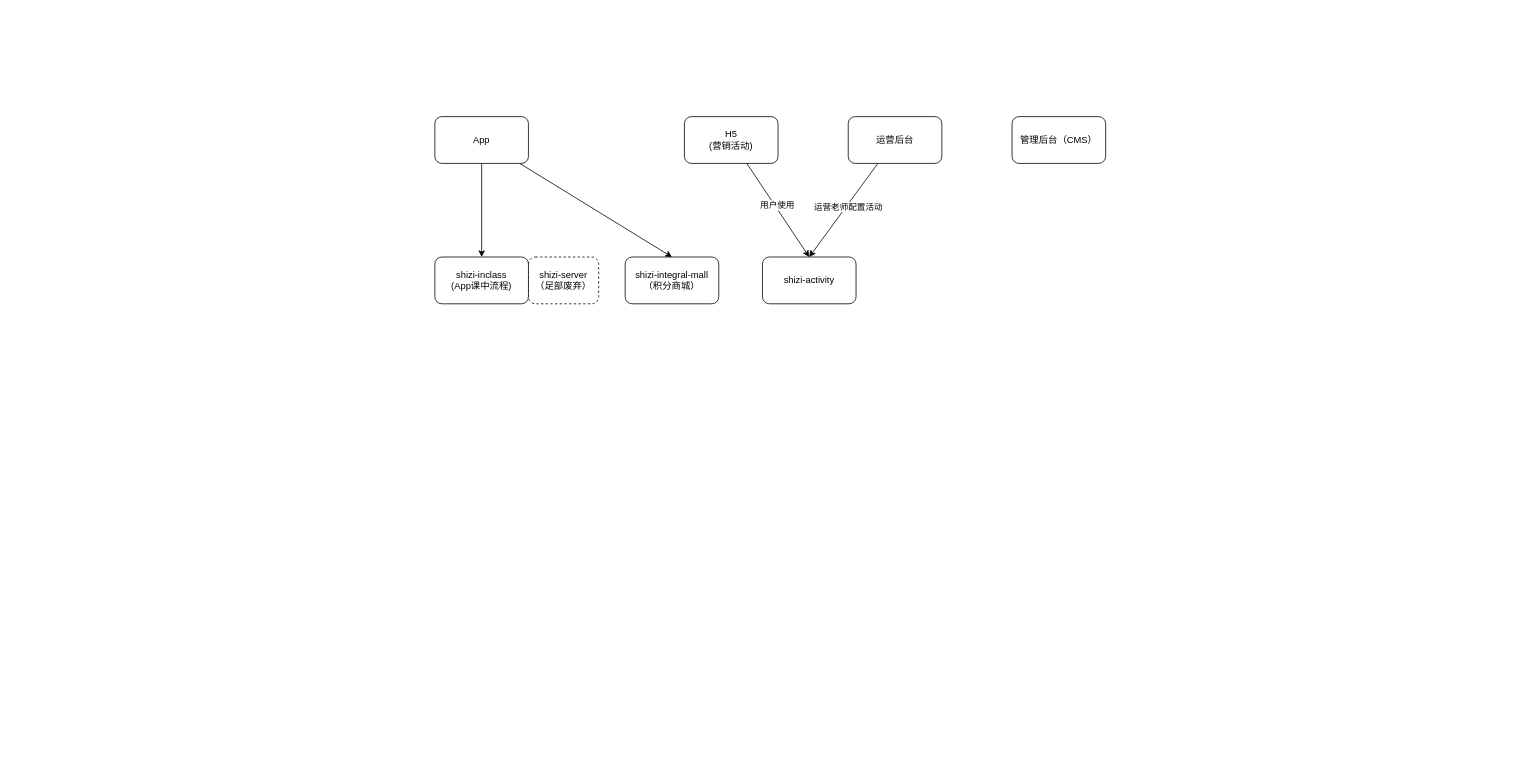
The draw.io diagram 识字整体架构图.drawio in wgyuuu/flow_chart, before the edit. Source tidied: cells renumbered, new cells numbered last; positions are measured from the earlier drawing's top-left corner, leaving out a move shared by most shapes. Both pictures are drawn from the tidied source at 78%, with x=0, y=0 at pixel (434, 116).
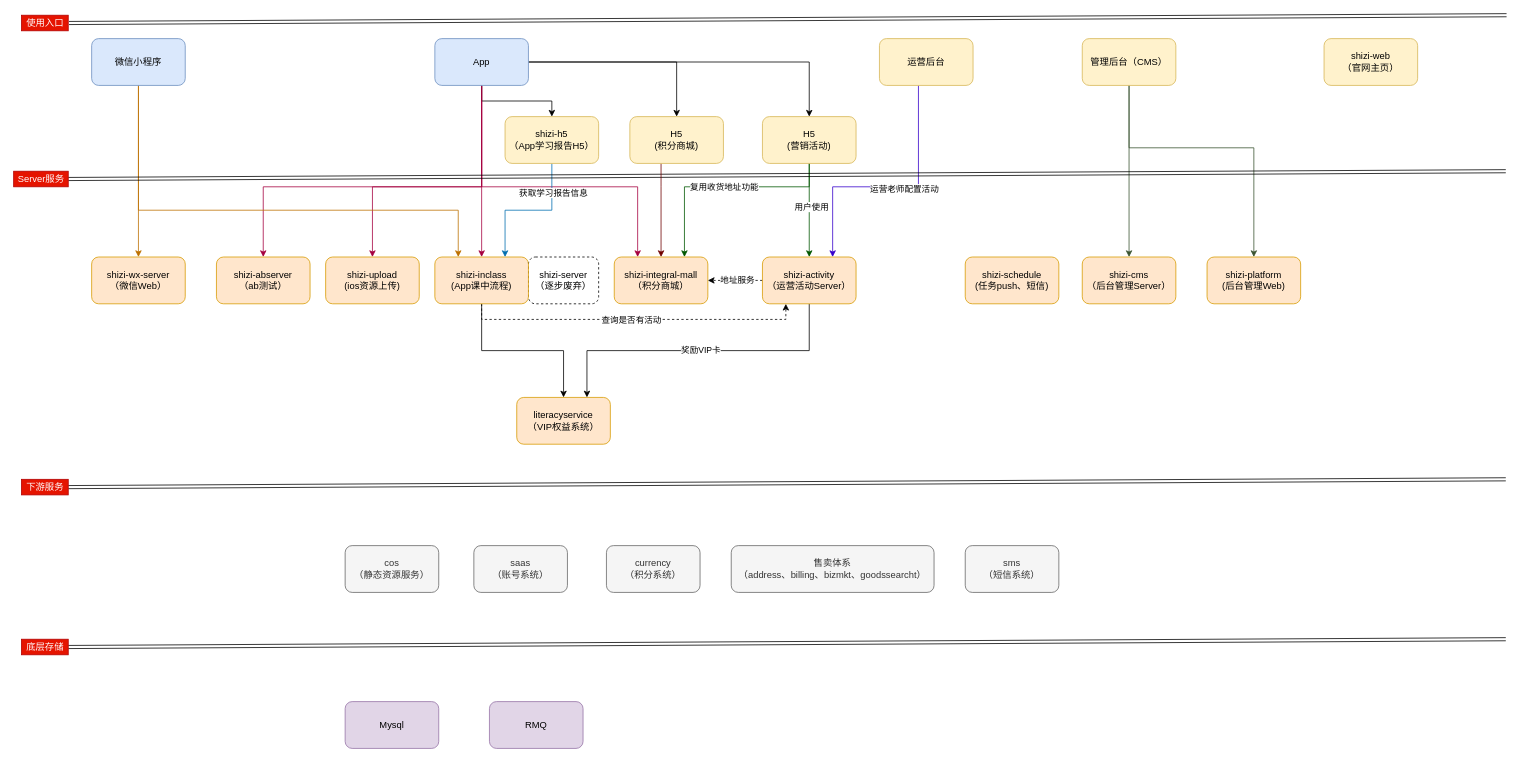
The same page after the edit.

Commit message:
Update 识字整体架构图.drawio

Diff of the diagram source:
```diff
@@
-    <mxCell id="2" style="edgeStyle=orthogonalEdgeStyle;rounded=0;jettySize=auto;html=1;entryX=0.5;entryY=0;entryDx=0;entryDy=0;" parent="1" edge="1" source="4" target="13">
+    <mxCell id="2" style="edgeStyle=orthogonalEdgeStyle;rounded=0;jettySize=auto;html=1;entryX=0.5;entryY=0;entryDx=0;entryDy=0;fillColor=#d80073;strokeColor=#A50040;" parent="1" edge="1" source="4" target="13">
       <mxGeometry relative="1" as="geometry" />
     </mxCell>
-    <mxCell id="3" style="rounded=0;jettySize=auto;html=1;entryX=0.5;entryY=0;entryDx=0;entryDy=0;" parent="1" edge="1" source="4" target="14">
-      <mxGeometry relative="1" as="geometry" />
+    <mxCell id="3" style="rounded=0;jettySize=auto;html=1;entryX=0.25;entryY=0;entryDx=0;entryDy=0;edgeStyle=orthogonalEdgeStyle;fillColor=#d80073;strokeColor=#A50040;" parent="1" edge="1" source="4" target="14">
+      <mxGeometry relative="1" as="geometry">
+        <Array as="points">
+          <mxPoint x="60" y="90" />
+          <mxPoint x="260" y="90" />
+        </Array>
+      </mxGeometry>
     </mxCell>
+    <mxCell id="16" style="edgeStyle=orthogonalEdgeStyle;rounded=0;jettySize=auto;html=1;entryX=0.5;entryY=0;entryDx=0;entryDy=0;" parent="1" edge="1" source="4" target="46">
+      <mxGeometry relative="1" as="geometry" />
+    </mxCell>
+    <mxCell id="17" style="edgeStyle=orthogonalEdgeStyle;rounded=0;jettySize=auto;html=1;entryX=0.5;entryY=0;entryDx=0;entryDy=0;" parent="1" edge="1" source="4" target="7">
+      <mxGeometry relative="1" as="geometry" />
+    </mxCell>
+    <mxCell id="18" style="edgeStyle=orthogonalEdgeStyle;rounded=0;jettySize=auto;html=1;entryX=0.5;entryY=0;entryDx=0;entryDy=0;fillColor=#d80073;strokeColor=#A50040;" parent="1" edge="1" source="4" target="48">
+      <mxGeometry relative="1" as="geometry">
+        <Array as="points">
+          <mxPoint x="60" y="90" />
+          <mxPoint x="-220" y="90" />
+        </Array>
+      </mxGeometry>
+    </mxCell>
+    <mxCell id="19" style="edgeStyle=orthogonalEdgeStyle;rounded=0;jettySize=auto;html=1;fillColor=#d80073;strokeColor=#A50040;" parent="1" edge="1" source="4" target="47">
+      <mxGeometry relative="1" as="geometry">
+        <Array as="points">
+          <mxPoint x="60" y="90" />
+          <mxPoint x="-80" y="90" />
+        </Array>
+      </mxGeometry>
+    </mxCell>
+    <mxCell id="20" style="edgeStyle=orthogonalEdgeStyle;rounded=0;jettySize=auto;html=1;entryX=0.5;entryY=0;entryDx=0;entryDy=0;" parent="1" edge="1" source="4" target="62">
+      <mxGeometry relative="1" as="geometry" />
+    </mxCell>
-    <mxCell id="4" value="App" style="rounded=1;whiteSpace=wrap;html=1;" parent="1" vertex="1">
-      <mxGeometry width="120" height="60" as="geometry" />
+    <mxCell id="4" value="App" style="rounded=1;whiteSpace=wrap;html=1;fillColor=#dae8fc;strokeColor=#6c8ebf;" parent="1" vertex="1">
+      <mxGeometry y="-100" width="120" height="60" as="geometry" />
     </mxCell>
-    <mxCell id="5" style="edgeStyle=none;rounded=0;jettySize=auto;html=1;entryX=0.5;entryY=0;entryDx=0;entryDy=0;" parent="1" edge="1" source="7" target="15">
+    <mxCell id="5" style="edgeStyle=none;rounded=0;jettySize=auto;html=1;entryX=0.5;entryY=0;entryDx=0;entryDy=0;fillColor=#008a00;strokeColor=#005700;" parent="1" edge="1" source="7" target="15">
       <mxGeometry relative="1" as="geometry" />
     </mxCell>
@@
+    <mxCell id="21" style="edgeStyle=orthogonalEdgeStyle;rounded=0;jettySize=auto;html=1;entryX=0.75;entryY=0;entryDx=0;entryDy=0;fillColor=#008a00;strokeColor=#005700;" parent="1" edge="1" source="7" target="14">
+      <mxGeometry relative="1" as="geometry">
+        <Array as="points">
+          <mxPoint x="480" y="90" />
+          <mxPoint x="320" y="90" />
+        </Array>
+      </mxGeometry>
+    </mxCell>
+    <mxCell id="22" value="复用收货地址功能" style="edgeLabel;html=1;align=center;verticalAlign=middle;" parent="21" vertex="1">
+      <mxGeometry relative="1" as="geometry" />
+    </mxCell>
-    <mxCell id="7" value="H5&lt;br&gt;(营销活动)" style="rounded=1;whiteSpace=wrap;html=1;" parent="1" vertex="1">
-      <mxGeometry x="320" width="120" height="60" as="geometry" />
+    <mxCell id="7" value="H5&lt;br&gt;(营销活动)" style="rounded=1;whiteSpace=wrap;html=1;fillColor=#fff2cc;strokeColor=#d6b656;" parent="1" vertex="1">
+      <mxGeometry x="420" width="120" height="60" as="geometry" />
     </mxCell>
-    <mxCell id="8" style="edgeStyle=none;rounded=0;jettySize=auto;html=1;entryX=0.5;entryY=0;entryDx=0;entryDy=0;" parent="1" edge="1" source="10" target="15">
-      <mxGeometry relative="1" as="geometry" />
+    <mxCell id="8" style="edgeStyle=orthogonalEdgeStyle;rounded=0;jettySize=auto;html=1;entryX=0.75;entryY=0;entryDx=0;entryDy=0;entryPerimeter=0;fillColor=#6a00ff;strokeColor=#3700CC;" parent="1" edge="1" source="10" target="15">
+      <mxGeometry relative="1" as="geometry">
+        <Array as="points">
+          <mxPoint x="620" y="90" />
+          <mxPoint x="510" y="90" />
+        </Array>
+      </mxGeometry>
     </mxCell>
@@
-    <mxCell id="10" value="运营后台" style="rounded=1;whiteSpace=wrap;html=1;" parent="1" vertex="1">
-      <mxGeometry x="530" width="120" height="60" as="geometry" />
+    <mxCell id="10" value="运营后台" style="rounded=1;whiteSpace=wrap;html=1;fillColor=#fff2cc;strokeColor=#d6b656;" parent="1" vertex="1">
+      <mxGeometry x="570" y="-100" width="120" height="60" as="geometry" />
     </mxCell>
+    <mxCell id="23" style="edgeStyle=orthogonalEdgeStyle;rounded=0;jettySize=auto;html=1;fillColor=#6d8764;strokeColor=#3A5431;" parent="1" edge="1" source="11" target="38">
+      <mxGeometry relative="1" as="geometry" />
+    </mxCell>
+    <mxCell id="24" style="edgeStyle=orthogonalEdgeStyle;rounded=0;jettySize=auto;html=1;fillColor=#6d8764;strokeColor=#3A5431;" parent="1" edge="1" source="11" target="39">
+      <mxGeometry relative="1" as="geometry">
+        <Array as="points">
+          <mxPoint x="890" y="40" />
+          <mxPoint x="1050" y="40" />
+        </Array>
+      </mxGeometry>
+    </mxCell>
-    <mxCell id="11" value="管理后台（CMS）" style="rounded=1;whiteSpace=wrap;html=1;" parent="1" vertex="1">
-      <mxGeometry x="740" width="120" height="60" as="geometry" />
+    <mxCell id="11" value="管理后台（CMS）" style="rounded=1;whiteSpace=wrap;html=1;fillColor=#fff2cc;strokeColor=#d6b656;" parent="1" vertex="1">
+      <mxGeometry x="830" y="-100" width="120" height="60" as="geometry" />
     </mxCell>
-    <mxCell id="12" value="shizi-server&lt;br&gt;（足部废弃）" style="rounded=1;whiteSpace=wrap;html=1;dashed=1;" parent="1" vertex="1">
+    <mxCell id="12" value="shizi-server&lt;br&gt;（逐步废弃）" style="rounded=1;whiteSpace=wrap;html=1;dashed=1;" parent="1" vertex="1">
       <mxGeometry x="120" y="180" width="90" height="60" as="geometry" />
     </mxCell>
+    <mxCell id="25" style="edgeStyle=orthogonalEdgeStyle;rounded=0;jettySize=auto;html=1;entryX=0.5;entryY=0;entryDx=0;entryDy=0;" parent="1" edge="1" source="13" target="32">
+      <mxGeometry relative="1" as="geometry" />
+    </mxCell>
+    <mxCell id="26" style="edgeStyle=orthogonalEdgeStyle;rounded=0;jettySize=auto;html=1;entryX=0.25;entryY=1;entryDx=0;entryDy=0;dashed=1;" parent="1" edge="1" source="13" target="15">
+      <mxGeometry relative="1" as="geometry">
+        <Array as="points">
+          <mxPoint x="60" y="260" />
+          <mxPoint x="450" y="260" />
+        </Array>
+      </mxGeometry>
+    </mxCell>
+    <mxCell id="27" value="查询是否有活动" style="edgeLabel;html=1;align=center;verticalAlign=middle;" parent="26" vertex="1">
+      <mxGeometry x="-0.02" relative="1" as="geometry" />
+    </mxCell>
-    <mxCell id="13" value="shizi-inclass&lt;br&gt;(App课中流程)" style="rounded=1;whiteSpace=wrap;html=1;" parent="1" vertex="1">
+    <mxCell id="13" value="shizi-inclass&lt;br&gt;(App课中流程)" style="rounded=1;whiteSpace=wrap;html=1;fillColor=#ffe6cc;strokeColor=#d79b00;" parent="1" vertex="1">
       <mxGeometry y="180" width="120" height="60" as="geometry" />
     </mxCell>
-    <mxCell id="14" value="shizi-integral-mall&lt;br&gt;（积分商城）" style="rounded=1;whiteSpace=wrap;html=1;" parent="1" vertex="1">
-      <mxGeometry x="244" y="180" width="120" height="60" as="geometry" />
+    <mxCell id="14" value="shizi-integral-mall&lt;br&gt;（积分商城）" style="rounded=1;whiteSpace=wrap;html=1;fillColor=#ffe6cc;strokeColor=#d79b00;" parent="1" vertex="1">
+      <mxGeometry x="230" y="180" width="120" height="60" as="geometry" />
     </mxCell>
+    <mxCell id="28" style="edgeStyle=orthogonalEdgeStyle;rounded=0;jettySize=auto;html=1;entryX=0.75;entryY=0;entryDx=0;entryDy=0;" parent="1" edge="1" source="15" target="32">
+      <mxGeometry relative="1" as="geometry">
+        <Array as="points">
+          <mxPoint x="480" y="300" />
+          <mxPoint x="195" y="300" />
+        </Array>
+      </mxGeometry>
+    </mxCell>
+    <mxCell id="29" value="奖励VIP卡" style="edgeLabel;html=1;align=center;verticalAlign=middle;" parent="28" vertex="1">
+      <mxGeometry x="-0.01" y="-1" relative="1" as="geometry" />
+    </mxCell>
+    <mxCell id="30" style="edgeStyle=orthogonalEdgeStyle;rounded=0;jettySize=auto;html=1;entryX=1;entryY=0.5;entryDx=0;entryDy=0;dashed=1;" parent="1" edge="1" source="15" target="14">
+      <mxGeometry relative="1" as="geometry" />
+    </mxCell>
+    <mxCell id="31" value="地址服务" style="edgeLabel;html=1;align=center;verticalAlign=middle;" parent="30" vertex="1">
+      <mxGeometry x="-0.06" y="-1" relative="1" as="geometry" />
+    </mxCell>
-    <mxCell id="15" value="shizi-activity" style="rounded=1;whiteSpace=wrap;html=1;" parent="1" vertex="1">
+    <mxCell id="15" value="shizi-activity&lt;br&gt;（运营活动Server）" style="rounded=1;whiteSpace=wrap;html=1;fillColor=#ffe6cc;strokeColor=#d79b00;" parent="1" vertex="1">
       <mxGeometry x="420" y="180" width="120" height="60" as="geometry" />
     </mxCell>
+    <mxCell id="32" value="literacyservice&lt;br&gt;（VIP权益系统）" style="rounded=1;whiteSpace=wrap;html=1;fillColor=#ffe6cc;strokeColor=#d79b00;" parent="1" vertex="1">
+      <mxGeometry x="105" y="360" width="120" height="60" as="geometry" />
+    </mxCell>
+    <mxCell id="33" value="cos&lt;br&gt;（静态资源服务）" style="rounded=1;whiteSpace=wrap;html=1;fillColor=#f5f5f5;strokeColor=#666666;fontColor=#333333;" parent="1" vertex="1">
+      <mxGeometry x="-115" y="550" width="120" height="60" as="geometry" />
+    </mxCell>
+    <mxCell id="34" value="saas&lt;br&gt;（账号系统）" style="rounded=1;whiteSpace=wrap;html=1;fillColor=#f5f5f5;strokeColor=#666666;fontColor=#333333;" parent="1" vertex="1">
+      <mxGeometry x="50" y="550" width="120" height="60" as="geometry" />
+    </mxCell>
+    <mxCell id="35" value="sms&lt;br&gt;（短信系统）" style="rounded=1;whiteSpace=wrap;html=1;fillColor=#f5f5f5;strokeColor=#666666;fontColor=#333333;" parent="1" vertex="1">
+      <mxGeometry x="680" y="550" width="120" height="60" as="geometry" />
+    </mxCell>
+    <mxCell id="36" value="售卖体系&lt;br&gt;（address、billing、bizmkt、goodssearcht）" style="rounded=1;whiteSpace=wrap;html=1;fillColor=#f5f5f5;strokeColor=#666666;fontColor=#333333;" parent="1" vertex="1">
+      <mxGeometry x="380" y="550" width="260" height="60" as="geometry" />
+    </mxCell>
+    <mxCell id="37" value="&lt;span&gt;currency&lt;br&gt;（积分系统）&lt;br&gt;&lt;/span&gt;" style="rounded=1;whiteSpace=wrap;html=1;fillColor=#f5f5f5;strokeColor=#666666;fontColor=#333333;" parent="1" vertex="1">
+      <mxGeometry x="220" y="550" width="120" height="60" as="geometry" />
+    </mxCell>
+    <mxCell id="38" value="shizi-cms&lt;br&gt;（后台管理Server）" style="rounded=1;whiteSpace=wrap;html=1;fillColor=#ffe6cc;strokeColor=#d79b00;" parent="1" vertex="1">
+      <mxGeometry x="830" y="180" width="120" height="60" as="geometry" />
+    </mxCell>
+    <mxCell id="39" value="shizi-platform&lt;br&gt;(后台管理Web)" style="rounded=1;whiteSpace=wrap;html=1;fillColor=#ffe6cc;strokeColor=#d79b00;" parent="1" vertex="1">
+      <mxGeometry x="990" y="180" width="120" height="60" as="geometry" />
+    </mxCell>
+    <mxCell id="40" value="shizi-wx-server&lt;br&gt;（微信Web）" style="rounded=1;whiteSpace=wrap;html=1;fillColor=#ffe6cc;strokeColor=#d79b00;" parent="1" vertex="1">
+      <mxGeometry x="-440" y="180" width="120" height="60" as="geometry" />
+    </mxCell>
+    <mxCell id="41" style="edgeStyle=none;rounded=0;jettySize=auto;html=1;entryX=0.5;entryY=0;entryDx=0;entryDy=0;fillColor=#f0a30a;strokeColor=#BD7000;" parent="1" edge="1" source="43" target="40">
+      <mxGeometry relative="1" as="geometry" />
+    </mxCell>
+    <mxCell id="42" style="edgeStyle=orthogonalEdgeStyle;rounded=0;jettySize=auto;html=1;entryX=0.25;entryY=0;entryDx=0;entryDy=0;fillColor=#f0a30a;strokeColor=#BD7000;" parent="1" edge="1" source="43" target="13">
+      <mxGeometry relative="1" as="geometry">
+        <Array as="points">
+          <mxPoint x="-380" y="120" />
+          <mxPoint x="30" y="120" />
+        </Array>
+      </mxGeometry>
+    </mxCell>
+    <mxCell id="43" value="微信小程序" style="rounded=1;whiteSpace=wrap;html=1;fillColor=#dae8fc;strokeColor=#6c8ebf;" parent="1" vertex="1">
+      <mxGeometry x="-440" y="-100" width="120" height="60" as="geometry" />
+    </mxCell>
+    <mxCell id="44" style="edgeStyle=orthogonalEdgeStyle;rounded=0;jettySize=auto;html=1;entryX=0.75;entryY=0;entryDx=0;entryDy=0;fillColor=#1ba1e2;strokeColor=#006EAF;" parent="1" edge="1" source="46" target="13">
+      <mxGeometry relative="1" as="geometry" />
+    </mxCell>
+    <mxCell id="45" value="获取学习报告信息" style="edgeLabel;html=1;align=center;verticalAlign=middle;" parent="44" vertex="1">
+      <mxGeometry x="-0.59" y="1" relative="1" as="geometry" />
+    </mxCell>
+    <mxCell id="46" value="shizi-h5&lt;br&gt;（App学习报告H5）" style="rounded=1;whiteSpace=wrap;html=1;fillColor=#fff2cc;strokeColor=#d6b656;" parent="1" vertex="1">
+      <mxGeometry x="90" width="120" height="60" as="geometry" />
+    </mxCell>
+    <mxCell id="47" value="shizi-upload&lt;br&gt;(ios资源上传)" style="rounded=1;whiteSpace=wrap;html=1;fillColor=#ffe6cc;strokeColor=#d79b00;" parent="1" vertex="1">
+      <mxGeometry x="-140" y="180" width="120" height="60" as="geometry" />
+    </mxCell>
+    <mxCell id="48" value="shizi-abserver&lt;br&gt;（ab测试）" style="rounded=1;whiteSpace=wrap;html=1;fillColor=#ffe6cc;strokeColor=#d79b00;" parent="1" vertex="1">
+      <mxGeometry x="-280" y="180" width="120" height="60" as="geometry" />
+    </mxCell>
+    <mxCell id="49" value="shizi-schedule&lt;br&gt;(任务push、短信)" style="rounded=1;whiteSpace=wrap;html=1;fillColor=#ffe6cc;strokeColor=#d79b00;" parent="1" vertex="1">
+      <mxGeometry x="680" y="180" width="120" height="60" as="geometry" />
+    </mxCell>
+    <mxCell id="50" value="shizi-web&lt;br&gt;（官网主页）" style="rounded=1;whiteSpace=wrap;html=1;fillColor=#fff2cc;strokeColor=#d6b656;" parent="1" vertex="1">
+      <mxGeometry x="1140" y="-100" width="120" height="60" as="geometry" />
+    </mxCell>
+    <mxCell id="51" value="Mysql" style="rounded=1;whiteSpace=wrap;html=1;fillColor=#e1d5e7;strokeColor=#9673a6;" parent="1" vertex="1">
+      <mxGeometry x="-115" y="750" width="120" height="60" as="geometry" />
+    </mxCell>
+    <mxCell id="52" value="RMQ" style="rounded=1;whiteSpace=wrap;html=1;fillColor=#e1d5e7;strokeColor=#9673a6;" parent="1" vertex="1">
+      <mxGeometry x="70" y="750" width="120" height="60" as="geometry" />
+    </mxCell>
+    <mxCell id="53" style="shape=link;html=1;" parent="1" edge="1">
+      <mxGeometry relative="1" as="geometry">
+        <mxPoint x="-470" y="680" as="sourcePoint" />
+        <mxPoint x="1373" y="670" as="targetPoint" />
+        <Array as="points">
+          <mxPoint x="-470" y="680" />
+        </Array>
+      </mxGeometry>
+    </mxCell>
+    <mxCell id="54" style="shape=link;html=1;" parent="1" edge="1">
+      <mxGeometry relative="1" as="geometry">
+        <mxPoint x="-470" y="475" as="sourcePoint" />
+        <mxPoint x="1373" y="465" as="targetPoint" />
+        <Array as="points">
+          <mxPoint x="-470" y="475" />
+        </Array>
+      </mxGeometry>
+    </mxCell>
+    <mxCell id="55" style="shape=link;html=1;" parent="1" edge="1">
+      <mxGeometry relative="1" as="geometry">
+        <mxPoint x="-470" y="80" as="sourcePoint" />
+        <mxPoint x="1373" y="70" as="targetPoint" />
+        <Array as="points">
+          <mxPoint x="-470" y="80" />
+        </Array>
+      </mxGeometry>
+    </mxCell>
+    <mxCell id="56" value="使用入口" style="text;html=1;align=center;verticalAlign=middle;strokeColor=#B20000;fillColor=#e51400;fontColor=#ffffff;" parent="1" vertex="1">
+      <mxGeometry x="-530" y="-130" width="60" height="20" as="geometry" />
+    </mxCell>
+    <mxCell id="57" value="Server服务" style="text;html=1;align=center;verticalAlign=middle;strokeColor=#B20000;fillColor=#e51400;fontColor=#ffffff;" parent="1" vertex="1">
+      <mxGeometry x="-540" y="70" width="70" height="20" as="geometry" />
+    </mxCell>
+    <mxCell id="58" value="下游服务" style="text;html=1;align=center;verticalAlign=middle;strokeColor=#B20000;fillColor=#e51400;fontColor=#ffffff;" parent="1" vertex="1">
+      <mxGeometry x="-530" y="465" width="60" height="20" as="geometry" />
+    </mxCell>
+    <mxCell id="59" value="底层存储" style="text;html=1;align=center;verticalAlign=middle;strokeColor=#B20000;fillColor=#e51400;fontColor=#ffffff;" parent="1" vertex="1">
+      <mxGeometry x="-530" y="670" width="60" height="20" as="geometry" />
+    </mxCell>
+    <mxCell id="60" style="shape=link;html=1;" parent="1" edge="1">
+      <mxGeometry relative="1" as="geometry">
+        <mxPoint x="-469" y="-120" as="sourcePoint" />
+        <mxPoint x="1374" y="-130" as="targetPoint" />
+        <Array as="points">
+          <mxPoint x="-469" y="-120" />
+        </Array>
+      </mxGeometry>
+    </mxCell>
+    <mxCell id="61" style="edgeStyle=orthogonalEdgeStyle;rounded=0;jettySize=auto;html=1;entryX=0.5;entryY=0;entryDx=0;entryDy=0;fillColor=#a20025;strokeColor=#6F0000;" parent="1" edge="1" source="62" target="14">
+      <mxGeometry relative="1" as="geometry">
+        <Array as="points">
+          <mxPoint x="290" y="90" />
+          <mxPoint x="290" y="90" />
+        </Array>
+      </mxGeometry>
+    </mxCell>
+    <mxCell id="62" value="H5&lt;br&gt;(积分商城)" style="rounded=1;whiteSpace=wrap;html=1;fillColor=#fff2cc;strokeColor=#d6b656;" parent="1" vertex="1">
+      <mxGeometry x="250" width="120" height="60" as="geometry" />
+    </mxCell>
```
